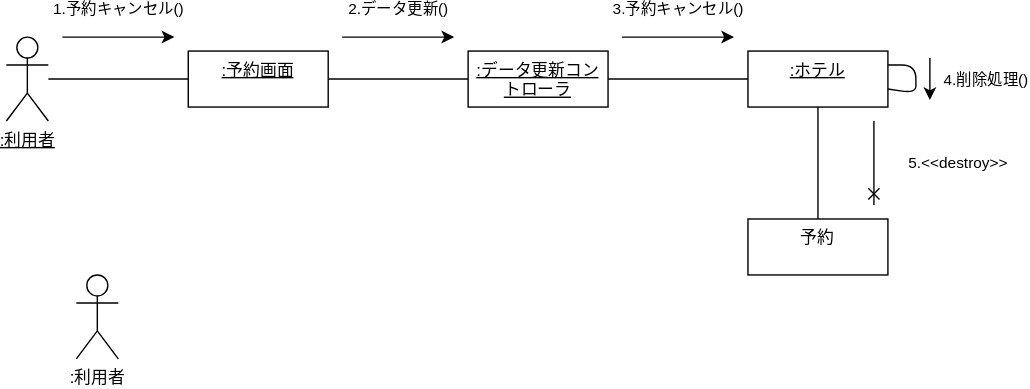
Earlier version of the draw.io export 演習５-2_CD_予約登録削除.drawio.svg (yoshidasen/uml-introduction). Source tidied: cells renumbered, new cells last; positions are measured from the earlier drawing's top-left corner, leaving out a move shared by most shapes.
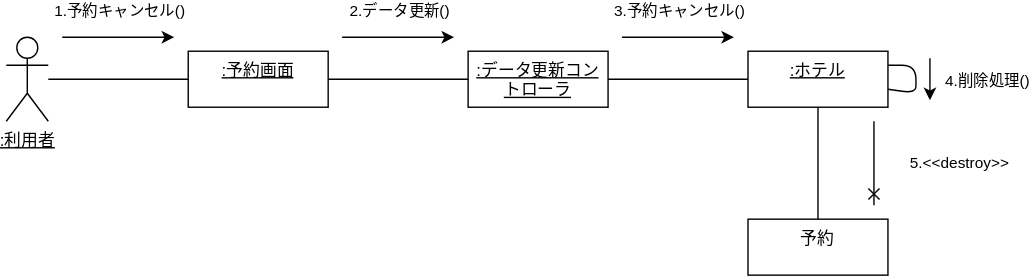
The same file after the commit.

What changed in the source:
```diff
@@ -87,8 +87,5 @@
     <mxCell id="21" style="edgeStyle=none;html=1;exitX=1;exitY=0.25;exitDx=0;exitDy=0;endArrow=none;endFill=0;" parent="1" edge="1" source="9" target="9">
       <mxGeometry relative="1" as="geometry" />
     </mxCell>
-    <mxCell id="22" value=":利用者" style="shape=umlActor;verticalLabelPosition=bottom;verticalAlign=top;html=1;" parent="1" vertex="1">
-      <mxGeometry x="50" y="170" width="30" height="60" as="geometry" />
-    </mxCell>
   </root>
 </mxGraphModel>
```
